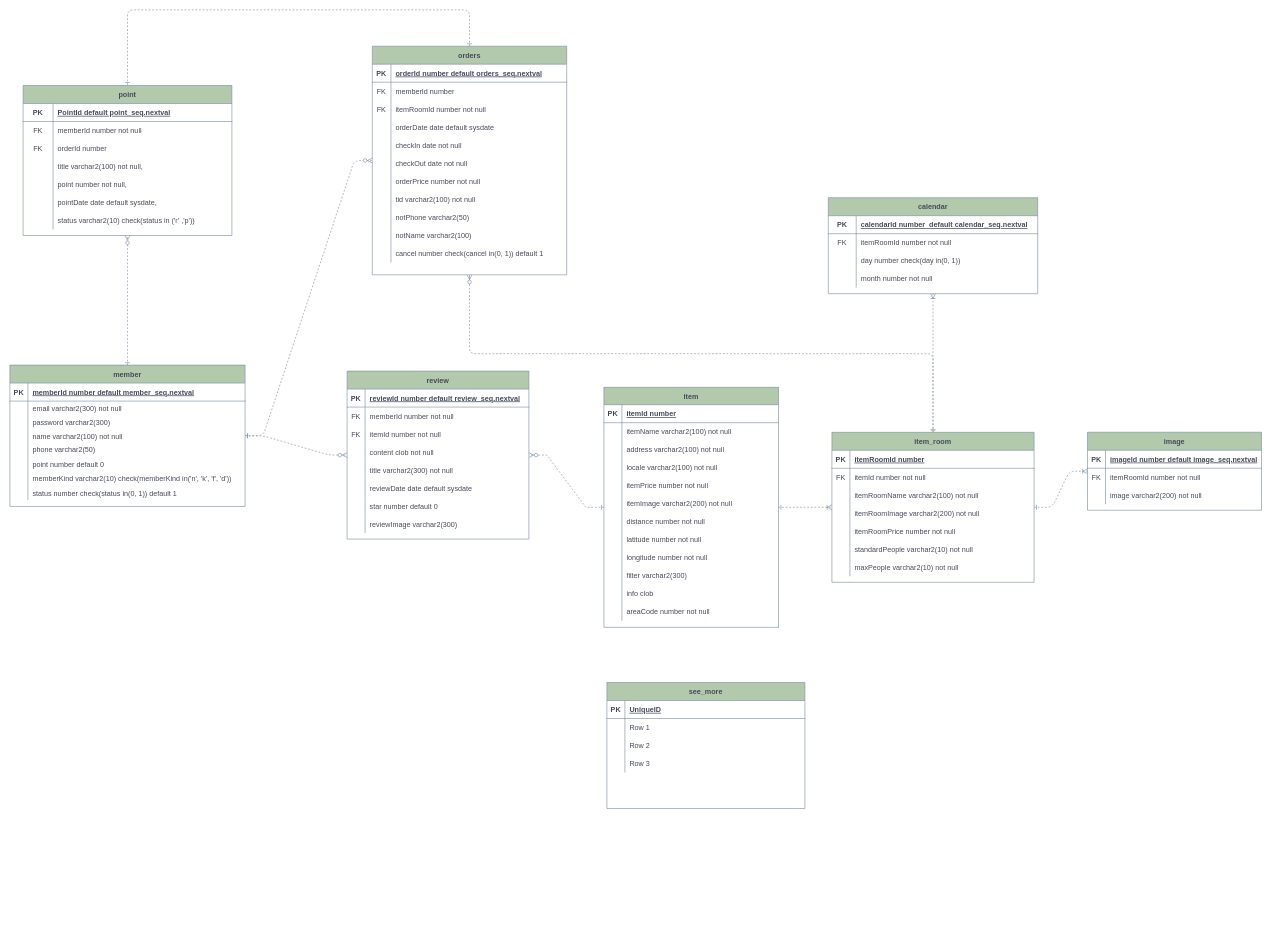
godew/camping keeps this draw.io diagram as teamproject-erd.drawio. Above is the earlier version. Source tidied: cells renumbered, new cells numbered last; positions are measured from the earlier drawing's top-left corner, leaving out a move shared by most shapes. Both pictures are drawn from the tidied source at 60%, with x=0, y=0 at pixel (10, 10).
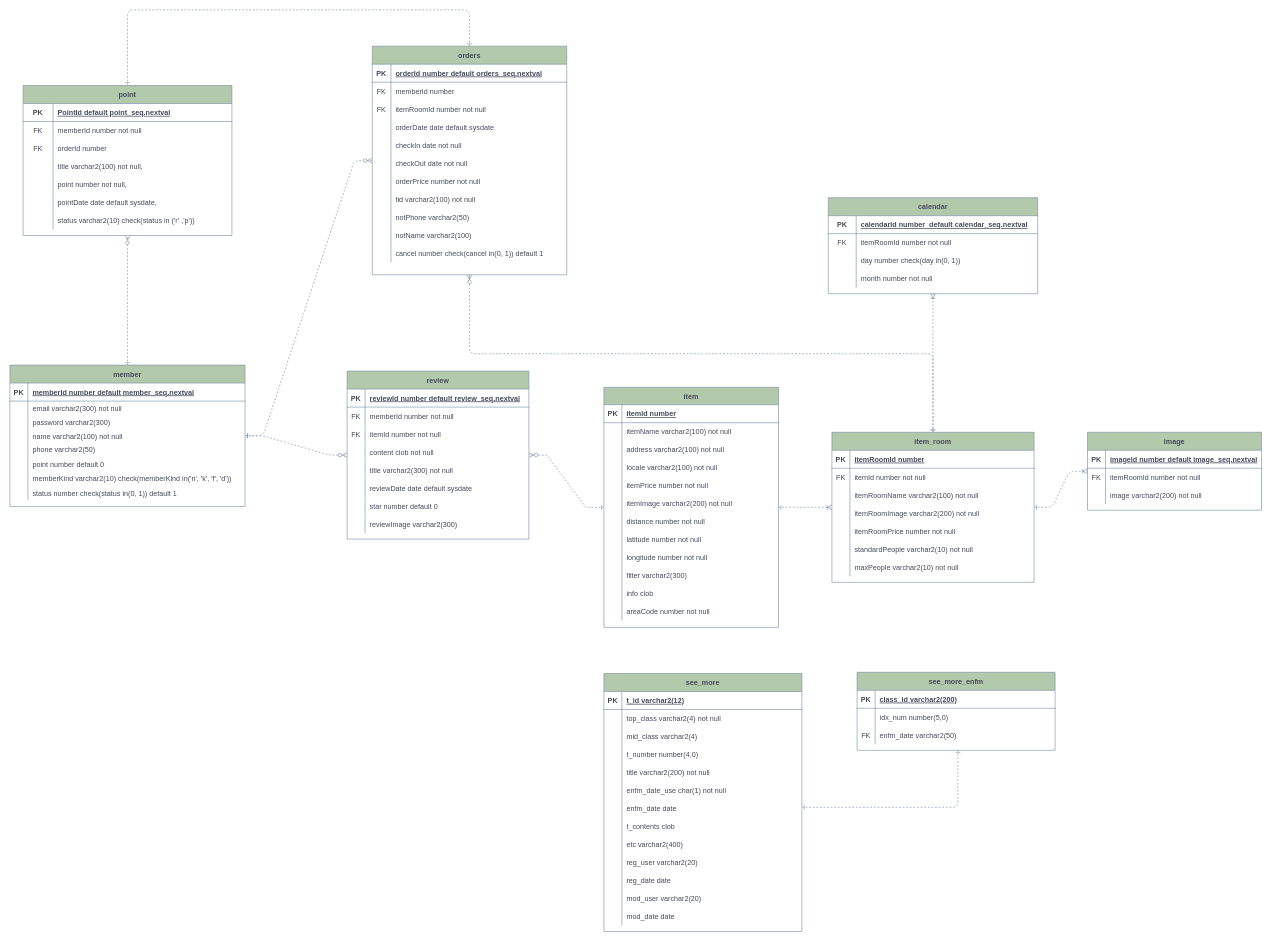
The same page after the edit.

Unchanged cells that the change refers to:
```xml
<mxCell id="2" value="orders" style="shape=table;startSize=30;childLayout=tableLayout;rowLines=0;fontStyle=1;align=center;fillColor=#B2C9AB;strokeColor=#788AA3;fontColor=#46495D;" parent="1" vertex="1">
  <mxGeometry x="604" y="60.5" width="324" height="381" as="geometry" />
</mxCell>
<mxCell id="208" style="shape=partialRectangle;fillColor=none;top=0;left=0;bottom=0;right=0;strokeColor=#788AA3;fontColor=#46495D;" parent="198" vertex="1">
  <mxGeometry y="120" width="330" height="30" as="geometry" />
</mxCell>
```

What changed in the source:
```diff
@@
+    <mxCell id="211" style="edgeStyle=elbowEdgeStyle;fontSize=12;html=1;endArrow=ERone;startArrow=ERone;rounded=1;sketch=0;fontColor=#46495D;strokeColor=#788AA3;fillColor=#B2C9AB;startFill=0;dashed=1;elbow=vertical;endFill=0;" parent="1" edge="1" target="2">
+      <mxGeometry relative="1" as="geometry">
+        <mxPoint x="196" y="125" as="sourcePoint" />
+        <Array as="points">
+          <mxPoint x="491" />
+        </Array>
+      </mxGeometry>
+    </mxCell>
     <mxCell id="198" value="see_more" style="shape=table;startSize=30;childLayout=tableLayout;rowLines=0;fontStyle=1;align=center;fillColor=#B2C9AB;strokeColor=#788AA3;fontColor=#46495D;" parent="1" vertex="1">
-      <mxGeometry x="995" y="1121" width="330" height="210" as="geometry" />
+      <mxGeometry x="990" y="1106" width="330" height="430" as="geometry" />
     </mxCell>
-    <mxCell id="199" style="shape=partialRectangle;fillColor=none;top=0;left=0;bottom=1;right=0;strokeColor=#788AA3;fontColor=#46495D;" parent="198" vertex="1">
-      <mxGeometry y="30" width="330" height="30" as="geometry" />
-    </mxCell>
-    <mxCell id="200" value="PK" style="shape=partialRectangle;fillColor=none;top=0;left=0;bottom=0;right=0;fontStyle=1;overflow=hidden;strokeColor=#788AA3;fontColor=#46495D;" parent="199" vertex="1">
-      <mxGeometry width="30" height="30" as="geometry" />
-    </mxCell>
-    <mxCell id="201" value="UniqueID" style="shape=partialRectangle;fillColor=none;top=0;left=0;bottom=0;right=0;align=left;spacingLeft=6;fontStyle=5;overflow=hidden;strokeColor=#788AA3;fontColor=#46495D;" parent="199" vertex="1">
-      <mxGeometry x="30" width="300" height="30" as="geometry" />
-    </mxCell>
-    <mxCell id="202" style="shape=partialRectangle;fillColor=none;top=0;left=0;bottom=0;right=0;strokeColor=#788AA3;fontColor=#46495D;" parent="198" vertex="1">
-      <mxGeometry y="60" width="330" height="30" as="geometry" />
-    </mxCell>
-    <mxCell id="203" style="shape=partialRectangle;fillColor=none;top=0;left=0;bottom=0;right=0;overflow=hidden;strokeColor=#788AA3;fontColor=#46495D;" parent="202" vertex="1">
-      <mxGeometry width="30" height="30" as="geometry" />
-    </mxCell>
-    <mxCell id="204" value="Row 1" style="shape=partialRectangle;fillColor=none;top=0;left=0;bottom=0;right=0;align=left;spacingLeft=6;overflow=hidden;strokeColor=#788AA3;fontColor=#46495D;" parent="202" vertex="1">
-      <mxGeometry x="30" width="300" height="30" as="geometry" />
-    </mxCell>
-    <mxCell id="205" style="shape=partialRectangle;fillColor=none;top=0;left=0;bottom=0;right=0;strokeColor=#788AA3;fontColor=#46495D;" parent="198" vertex="1">
-      <mxGeometry y="90" width="330" height="30" as="geometry" />
-    </mxCell>
-    <mxCell id="206" style="shape=partialRectangle;fillColor=none;top=0;left=0;bottom=0;right=0;overflow=hidden;strokeColor=#788AA3;fontColor=#46495D;" parent="205" vertex="1">
-      <mxGeometry width="30" height="30" as="geometry" />
-    </mxCell>
-    <mxCell id="207" value="Row 2" style="shape=partialRectangle;fillColor=none;top=0;left=0;bottom=0;right=0;align=left;spacingLeft=6;overflow=hidden;strokeColor=#788AA3;fontColor=#46495D;" parent="205" vertex="1">
-      <mxGeometry x="30" width="300" height="30" as="geometry" />
-    </mxCell>
+    <mxCell id="212" style="shape=partialRectangle;fillColor=none;top=0;left=0;bottom=1;right=0;strokeColor=#788AA3;fontColor=#46495D;" parent="198" vertex="1">
+      <mxGeometry y="30" width="330" height="30" as="geometry" />
+    </mxCell>
+    <mxCell id="213" value="PK" style="shape=partialRectangle;fillColor=none;top=0;left=0;bottom=0;right=0;fontStyle=1;overflow=hidden;strokeColor=#788AA3;fontColor=#46495D;" parent="212" vertex="1">
+      <mxGeometry width="30" height="30" as="geometry" />
+    </mxCell>
+    <mxCell id="214" value="t_id varchar2(12)" style="shape=partialRectangle;fillColor=none;top=0;left=0;bottom=0;right=0;align=left;spacingLeft=6;fontStyle=5;overflow=hidden;strokeColor=#788AA3;fontColor=#46495D;" parent="212" vertex="1">
+      <mxGeometry x="30" width="300" height="30" as="geometry" />
+    </mxCell>
+    <mxCell id="215" style="shape=partialRectangle;fillColor=none;top=0;left=0;bottom=0;right=0;strokeColor=#788AA3;fontColor=#46495D;" parent="198" vertex="1">
+      <mxGeometry y="60" width="330" height="30" as="geometry" />
+    </mxCell>
+    <mxCell id="216" style="shape=partialRectangle;fillColor=none;top=0;left=0;bottom=0;right=0;overflow=hidden;strokeColor=#788AA3;fontColor=#46495D;" parent="215" vertex="1">
+      <mxGeometry width="30" height="30" as="geometry" />
+    </mxCell>
+    <mxCell id="217" value="top_class varchar2(4) not null" style="shape=partialRectangle;fillColor=none;top=0;left=0;bottom=0;right=0;align=left;spacingLeft=6;overflow=hidden;strokeColor=#788AA3;fontColor=#46495D;" parent="215" vertex="1">
+      <mxGeometry x="30" width="300" height="30" as="geometry" />
+    </mxCell>
+    <mxCell id="218" style="shape=partialRectangle;fillColor=none;top=0;left=0;bottom=0;right=0;strokeColor=#788AA3;fontColor=#46495D;" parent="198" vertex="1">
+      <mxGeometry y="90" width="330" height="30" as="geometry" />
+    </mxCell>
+    <mxCell id="219" style="shape=partialRectangle;fillColor=none;top=0;left=0;bottom=0;right=0;overflow=hidden;strokeColor=#788AA3;fontColor=#46495D;" parent="218" vertex="1">
+      <mxGeometry width="30" height="30" as="geometry" />
+    </mxCell>
+    <mxCell id="220" value="mid_class varchar2(4)" style="shape=partialRectangle;fillColor=none;top=0;left=0;bottom=0;right=0;align=left;spacingLeft=6;overflow=hidden;strokeColor=#788AA3;fontColor=#46495D;" parent="218" vertex="1">
+      <mxGeometry x="30" width="300" height="30" as="geometry" />
+    </mxCell>
@@
-    <mxCell id="209" style="shape=partialRectangle;fillColor=none;top=0;left=0;bottom=0;right=0;overflow=hidden;strokeColor=#788AA3;fontColor=#46495D;" parent="208" vertex="1">
-      <mxGeometry width="30" height="30" as="geometry" />
-    </mxCell>
-    <mxCell id="210" value="Row 3" style="shape=partialRectangle;fillColor=none;top=0;left=0;bottom=0;right=0;align=left;spacingLeft=6;overflow=hidden;strokeColor=#788AA3;fontColor=#46495D;" parent="208" vertex="1">
-      <mxGeometry x="30" width="300" height="30" as="geometry" />
-    </mxCell>
-    <mxCell id="211" style="edgeStyle=elbowEdgeStyle;fontSize=12;html=1;endArrow=ERone;startArrow=ERone;rounded=1;sketch=0;fontColor=#46495D;strokeColor=#788AA3;fillColor=#B2C9AB;startFill=0;dashed=1;elbow=vertical;endFill=0;" parent="1" edge="1" target="2">
-      <mxGeometry relative="1" as="geometry">
-        <mxPoint x="196" y="125" as="sourcePoint" />
-        <Array as="points">
-          <mxPoint x="491" />
-        </Array>
-      </mxGeometry>
-    </mxCell>
+    <mxCell id="221" style="shape=partialRectangle;fillColor=none;top=0;left=0;bottom=0;right=0;overflow=hidden;strokeColor=#788AA3;fontColor=#46495D;" parent="208" vertex="1">
+      <mxGeometry width="30" height="30" as="geometry" />
+    </mxCell>
+    <mxCell id="222" value="t_number number(4,0)" style="shape=partialRectangle;fillColor=none;top=0;left=0;bottom=0;right=0;align=left;spacingLeft=6;overflow=hidden;strokeColor=#788AA3;fontColor=#46495D;" parent="208" vertex="1">
+      <mxGeometry x="30" width="300" height="30" as="geometry" />
+    </mxCell>
+    <mxCell id="223" style="shape=partialRectangle;fillColor=none;top=0;left=0;bottom=0;right=0;strokeColor=#788AA3;fontColor=#46495D;" parent="198" vertex="1">
+      <mxGeometry y="150" width="330" height="30" as="geometry" />
+    </mxCell>
+    <mxCell id="224" style="shape=partialRectangle;fillColor=none;top=0;left=0;bottom=0;right=0;overflow=hidden;strokeColor=#788AA3;fontColor=#46495D;" parent="223" vertex="1">
+      <mxGeometry width="30" height="30" as="geometry" />
+    </mxCell>
+    <mxCell id="225" value="title varchar2(200) not null" style="shape=partialRectangle;fillColor=none;top=0;left=0;bottom=0;right=0;align=left;spacingLeft=6;overflow=hidden;strokeColor=#788AA3;fontColor=#46495D;" parent="223" vertex="1">
+      <mxGeometry x="30" width="300" height="30" as="geometry" />
+    </mxCell>
+    <mxCell id="226" style="shape=partialRectangle;fillColor=none;top=0;left=0;bottom=0;right=0;strokeColor=#788AA3;fontColor=#46495D;" parent="198" vertex="1">
+      <mxGeometry y="180" width="330" height="30" as="geometry" />
+    </mxCell>
+    <mxCell id="227" style="shape=partialRectangle;fillColor=none;top=0;left=0;bottom=0;right=0;overflow=hidden;strokeColor=#788AA3;fontColor=#46495D;" parent="226" vertex="1">
+      <mxGeometry width="30" height="30" as="geometry" />
+    </mxCell>
+    <mxCell id="228" value="enfm_date_use char(1) not null" style="shape=partialRectangle;fillColor=none;top=0;left=0;bottom=0;right=0;align=left;spacingLeft=6;overflow=hidden;strokeColor=#788AA3;fontColor=#46495D;" parent="226" vertex="1">
+      <mxGeometry x="30" width="300" height="30" as="geometry" />
+    </mxCell>
+    <mxCell id="229" style="shape=partialRectangle;fillColor=none;top=0;left=0;bottom=0;right=0;strokeColor=#788AA3;fontColor=#46495D;" parent="198" vertex="1">
+      <mxGeometry y="210" width="330" height="30" as="geometry" />
+    </mxCell>
+    <mxCell id="230" style="shape=partialRectangle;fillColor=none;top=0;left=0;bottom=0;right=0;overflow=hidden;strokeColor=#788AA3;fontColor=#46495D;" parent="229" vertex="1">
+      <mxGeometry width="30" height="30" as="geometry" />
+    </mxCell>
+    <mxCell id="231" value="enfm_date date" style="shape=partialRectangle;fillColor=none;top=0;left=0;bottom=0;right=0;align=left;spacingLeft=6;overflow=hidden;strokeColor=#788AA3;fontColor=#46495D;" parent="229" vertex="1">
+      <mxGeometry x="30" width="300" height="30" as="geometry" />
+    </mxCell>
+    <mxCell id="232" style="shape=partialRectangle;fillColor=none;top=0;left=0;bottom=0;right=0;strokeColor=#788AA3;fontColor=#46495D;" parent="198" vertex="1">
+      <mxGeometry y="240" width="330" height="30" as="geometry" />
+    </mxCell>
+    <mxCell id="233" style="shape=partialRectangle;fillColor=none;top=0;left=0;bottom=0;right=0;overflow=hidden;strokeColor=#788AA3;fontColor=#46495D;" parent="232" vertex="1">
+      <mxGeometry width="30" height="30" as="geometry" />
+    </mxCell>
+    <mxCell id="234" value="t_contents clob" style="shape=partialRectangle;fillColor=none;top=0;left=0;bottom=0;right=0;align=left;spacingLeft=6;overflow=hidden;strokeColor=#788AA3;fontColor=#46495D;" parent="232" vertex="1">
+      <mxGeometry x="30" width="300" height="30" as="geometry" />
+    </mxCell>
+    <mxCell id="235" style="shape=partialRectangle;fillColor=none;top=0;left=0;bottom=0;right=0;strokeColor=#788AA3;fontColor=#46495D;" parent="198" vertex="1">
+      <mxGeometry y="270" width="330" height="30" as="geometry" />
+    </mxCell>
+    <mxCell id="236" style="shape=partialRectangle;fillColor=none;top=0;left=0;bottom=0;right=0;overflow=hidden;strokeColor=#788AA3;fontColor=#46495D;" parent="235" vertex="1">
+      <mxGeometry width="30" height="30" as="geometry" />
+    </mxCell>
+    <mxCell id="237" value="etc varchar2(400)" style="shape=partialRectangle;fillColor=none;top=0;left=0;bottom=0;right=0;align=left;spacingLeft=6;overflow=hidden;strokeColor=#788AA3;fontColor=#46495D;" parent="235" vertex="1">
+      <mxGeometry x="30" width="300" height="30" as="geometry" />
+    </mxCell>
+    <mxCell id="238" style="shape=partialRectangle;fillColor=none;top=0;left=0;bottom=0;right=0;strokeColor=#788AA3;fontColor=#46495D;" parent="198" vertex="1">
+      <mxGeometry y="300" width="330" height="30" as="geometry" />
+    </mxCell>
+    <mxCell id="239" style="shape=partialRectangle;fillColor=none;top=0;left=0;bottom=0;right=0;overflow=hidden;strokeColor=#788AA3;fontColor=#46495D;" parent="238" vertex="1">
+      <mxGeometry width="30" height="30" as="geometry" />
+    </mxCell>
+    <mxCell id="240" value="reg_user varchar2(20)" style="shape=partialRectangle;fillColor=none;top=0;left=0;bottom=0;right=0;align=left;spacingLeft=6;overflow=hidden;strokeColor=#788AA3;fontColor=#46495D;" parent="238" vertex="1">
+      <mxGeometry x="30" width="300" height="30" as="geometry" />
+    </mxCell>
+    <mxCell id="241" style="shape=partialRectangle;fillColor=none;top=0;left=0;bottom=0;right=0;strokeColor=#788AA3;fontColor=#46495D;" parent="198" vertex="1">
+      <mxGeometry y="330" width="330" height="30" as="geometry" />
+    </mxCell>
+    <mxCell id="242" style="shape=partialRectangle;fillColor=none;top=0;left=0;bottom=0;right=0;overflow=hidden;strokeColor=#788AA3;fontColor=#46495D;" parent="241" vertex="1">
+      <mxGeometry width="30" height="30" as="geometry" />
+    </mxCell>
+    <mxCell id="243" value="reg_date date" style="shape=partialRectangle;fillColor=none;top=0;left=0;bottom=0;right=0;align=left;spacingLeft=6;overflow=hidden;strokeColor=#788AA3;fontColor=#46495D;" parent="241" vertex="1">
+      <mxGeometry x="30" width="300" height="30" as="geometry" />
+    </mxCell>
+    <mxCell id="244" style="shape=partialRectangle;fillColor=none;top=0;left=0;bottom=0;right=0;strokeColor=#788AA3;fontColor=#46495D;" parent="198" vertex="1">
+      <mxGeometry y="360" width="330" height="30" as="geometry" />
+    </mxCell>
+    <mxCell id="245" style="shape=partialRectangle;fillColor=none;top=0;left=0;bottom=0;right=0;overflow=hidden;strokeColor=#788AA3;fontColor=#46495D;" parent="244" vertex="1">
+      <mxGeometry width="30" height="30" as="geometry" />
+    </mxCell>
+    <mxCell id="246" value="mod_user varchar2(20)" style="shape=partialRectangle;fillColor=none;top=0;left=0;bottom=0;right=0;align=left;spacingLeft=6;overflow=hidden;strokeColor=#788AA3;fontColor=#46495D;" parent="244" vertex="1">
+      <mxGeometry x="30" width="300" height="30" as="geometry" />
+    </mxCell>
+    <mxCell id="247" style="shape=partialRectangle;fillColor=none;top=0;left=0;bottom=0;right=0;strokeColor=#788AA3;fontColor=#46495D;" parent="198" vertex="1">
+      <mxGeometry y="390" width="330" height="30" as="geometry" />
+    </mxCell>
+    <mxCell id="248" style="shape=partialRectangle;fillColor=none;top=0;left=0;bottom=0;right=0;overflow=hidden;strokeColor=#788AA3;fontColor=#46495D;" parent="247" vertex="1">
+      <mxGeometry width="30" height="30" as="geometry" />
+    </mxCell>
+    <mxCell id="249" value="mod_date date" style="shape=partialRectangle;fillColor=none;top=0;left=0;bottom=0;right=0;align=left;spacingLeft=6;overflow=hidden;strokeColor=#788AA3;fontColor=#46495D;" parent="247" vertex="1">
+      <mxGeometry x="30" width="300" height="30" as="geometry" />
+    </mxCell>
+    <mxCell id="250" value="see_more_enfm" style="shape=table;startSize=30;childLayout=tableLayout;rowLines=0;fontStyle=1;align=center;fillColor=#B2C9AB;strokeColor=#788AA3;fontColor=#46495D;" parent="1" vertex="1">
+      <mxGeometry x="1412" y="1104" width="330" height="130" as="geometry" />
+    </mxCell>
+    <mxCell id="251" style="shape=partialRectangle;fillColor=none;top=0;left=0;bottom=1;right=0;strokeColor=#788AA3;fontColor=#46495D;" parent="250" vertex="1">
+      <mxGeometry y="30" width="330" height="30" as="geometry" />
+    </mxCell>
+    <mxCell id="252" value="PK" style="shape=partialRectangle;fillColor=none;top=0;left=0;bottom=0;right=0;fontStyle=1;overflow=hidden;strokeColor=#788AA3;fontColor=#46495D;" parent="251" vertex="1">
+      <mxGeometry width="30" height="30" as="geometry" />
+    </mxCell>
+    <mxCell id="253" value="class_id varchar2(200)" style="shape=partialRectangle;fillColor=none;top=0;left=0;bottom=0;right=0;align=left;spacingLeft=6;fontStyle=5;overflow=hidden;strokeColor=#788AA3;fontColor=#46495D;" parent="251" vertex="1">
+      <mxGeometry x="30" width="300" height="30" as="geometry" />
+    </mxCell>
+    <mxCell id="254" style="shape=partialRectangle;fillColor=none;top=0;left=0;bottom=0;right=0;strokeColor=#788AA3;fontColor=#46495D;" parent="250" vertex="1">
+      <mxGeometry y="60" width="330" height="30" as="geometry" />
+    </mxCell>
+    <mxCell id="255" style="shape=partialRectangle;fillColor=none;top=0;left=0;bottom=0;right=0;overflow=hidden;strokeColor=#788AA3;fontColor=#46495D;" parent="254" vertex="1">
+      <mxGeometry width="30" height="30" as="geometry" />
+    </mxCell>
+    <mxCell id="256" value="idx_num number(5,0)" style="shape=partialRectangle;fillColor=none;top=0;left=0;bottom=0;right=0;align=left;spacingLeft=6;overflow=hidden;strokeColor=#788AA3;fontColor=#46495D;" parent="254" vertex="1">
+      <mxGeometry x="30" width="300" height="30" as="geometry" />
+    </mxCell>
+    <mxCell id="257" style="shape=partialRectangle;fillColor=none;top=0;left=0;bottom=0;right=0;strokeColor=#788AA3;fontColor=#46495D;" parent="250" vertex="1">
+      <mxGeometry y="90" width="330" height="30" as="geometry" />
+    </mxCell>
+    <mxCell id="258" value="FK" style="shape=partialRectangle;fillColor=none;top=0;left=0;bottom=0;right=0;overflow=hidden;strokeColor=#788AA3;fontColor=#46495D;" parent="257" vertex="1">
+      <mxGeometry width="30" height="30" as="geometry" />
+    </mxCell>
+    <mxCell id="259" value="enfm_date varchar2(50)" style="shape=partialRectangle;fillColor=none;top=0;left=0;bottom=0;right=0;align=left;spacingLeft=6;overflow=hidden;strokeColor=#788AA3;fontColor=#46495D;" parent="257" vertex="1">
+      <mxGeometry x="30" width="300" height="30" as="geometry" />
+    </mxCell>
+    <mxCell id="260" style="edgeStyle=elbowEdgeStyle;fontSize=12;html=1;endArrow=ERone;startArrow=ERone;rounded=1;sketch=0;fontColor=#46495D;strokeColor=#788AA3;fillColor=#B2C9AB;startFill=0;dashed=1;elbow=vertical;endFill=0;" parent="1" edge="1" source="198" target="250">
+      <mxGeometry relative="1" as="geometry">
+        <Array as="points">
+          <mxPoint x="1580" y="1329" />
+        </Array>
+      </mxGeometry>
+    </mxCell>
```
